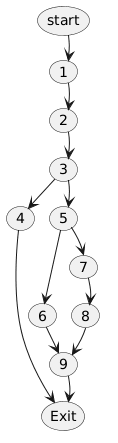
chuonghoai/MarketPlace keeps this PlantUML diagram as docs/white_box_testing/update_product_quantity/02_control_flow_graph.png. Above is the earlier version.
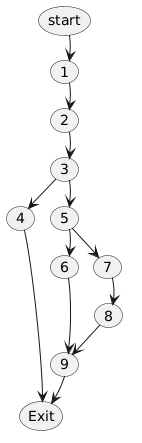
After the commit.

Commit message:
fix: fix node and images of update order status and product quantity

Diff of the diagram source:
```diff
@@ -18,12 +18,14 @@
 n1 -[hidden]down-> n2
 n2 -[hidden]down-> n3
 n3 -[hidden]down-> n5
-n5 -[hidden]down-> n7
-n7 -[hidden]down-> n8
-n8 -[hidden]down-> n9
+n5 -[hidden]down-> n6
+n6 -[hidden]down-> n9
 n9 -[hidden]down-> end_node
 
+n4 -[hidden]down-> end_node
 n4 -[hidden]right-> n5
+n6 -[hidden]right-> n7
+n7 -[hidden]down-> n8
 
 start_node --> n1
 n1 --> n2
```
